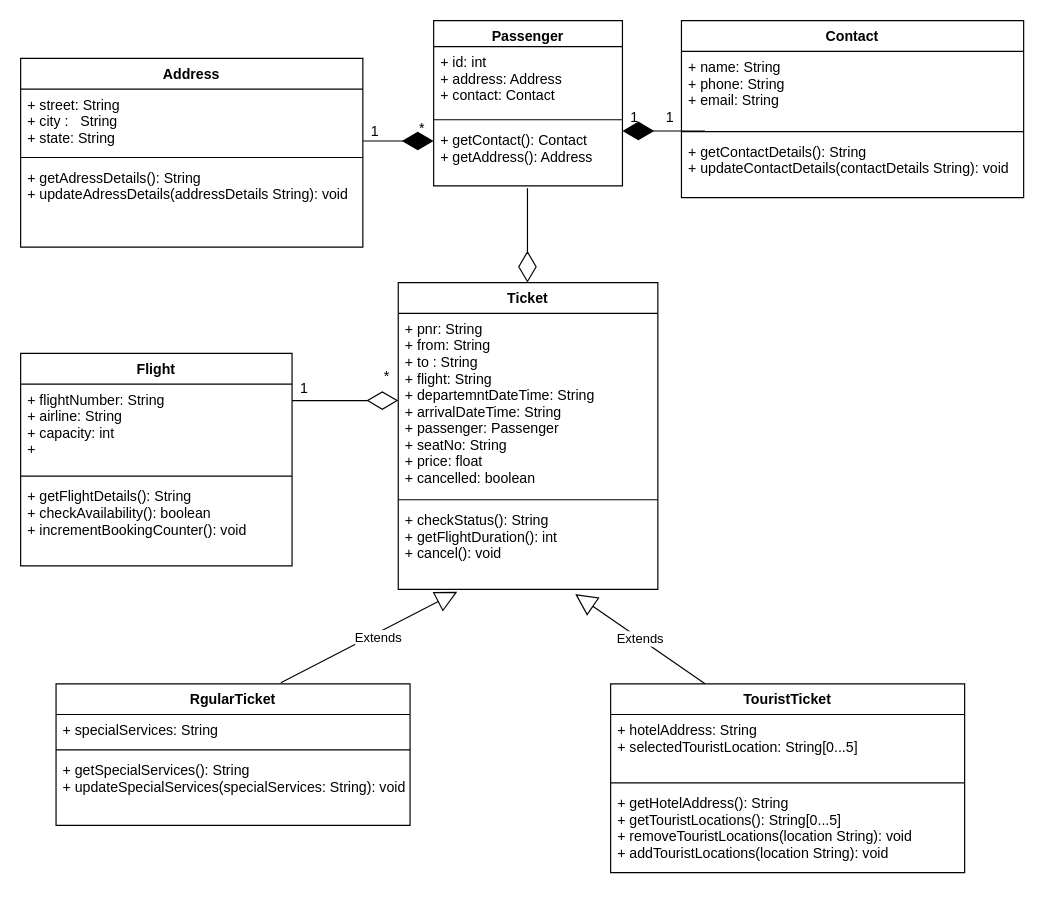
Earlier version of the draw.io diagram FlightReservation.drawio (ifra91/Flight_Reservation_System). Source tidied: cells renumbered, new cells numbered last; positions are measured from the earlier drawing's top-left corner, leaving out a move shared by most shapes. Both pictures are drawn from the tidied source at 118%, with x=0, y=0 at pixel (20, 20).
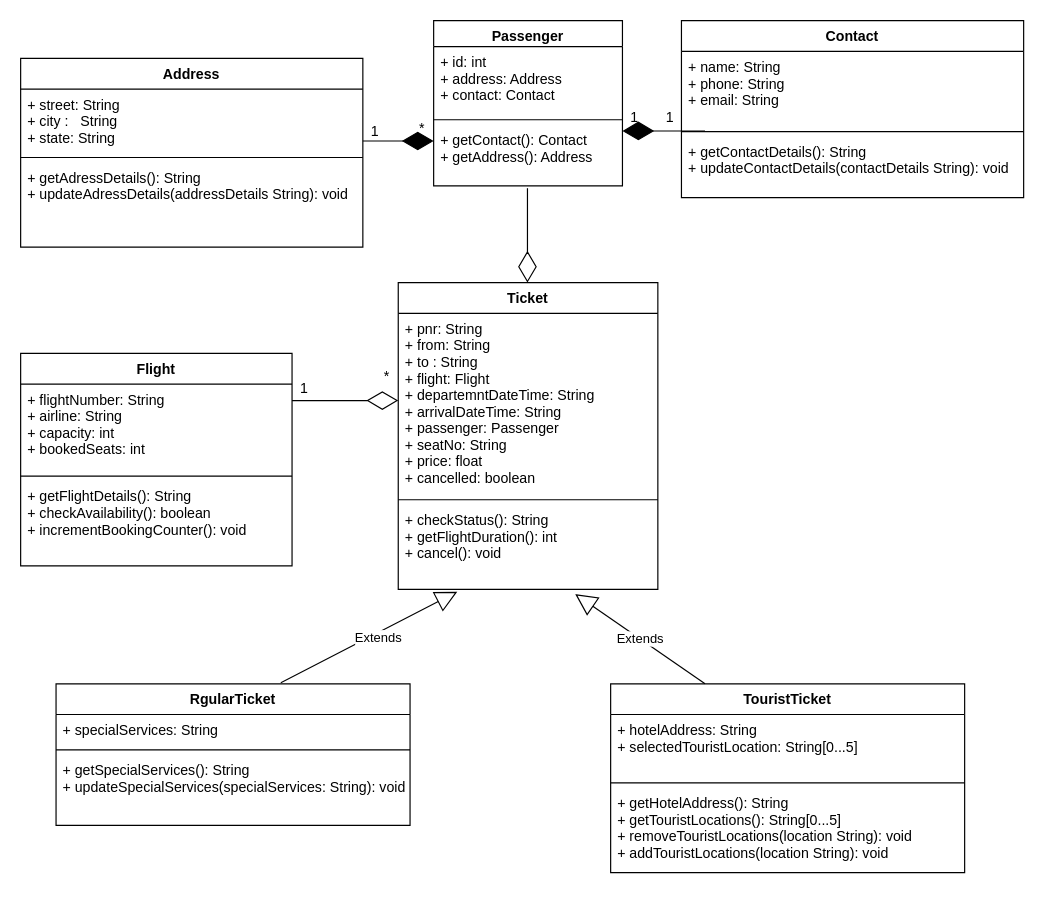
Above is the later version.

The change refers to these unchanged cells:
```xml
<mxCell id="21" value="Ticket" style="swimlane;fontStyle=1;align=center;verticalAlign=top;horizontal=1;startSize=26;" parent="1" vertex="1">
  <mxGeometry x="320" y="222" width="220" height="260" as="geometry" />
</mxCell>
<mxCell id="25" value="Flight" style="swimlane;fontStyle=1;align=center;verticalAlign=top;horizontal=1;startSize=26;" parent="1" vertex="1">
  <mxGeometry y="282" width="230" height="180" as="geometry" />
</mxCell>
```

What changed in the source:
```diff
@@
-    <mxCell id="22" value="+ pnr: String&#10;+ from: String&#10;+ to : String&#10;+ flight: String&#10;+ departemntDateTime: String&#10;+ arrivalDateTime: String&#10;+ passenger: Passenger&#10;+ seatNo: String&#10;+ price: float&#10;+ cancelled: boolean&#10;" style="text;strokeColor=none;fillColor=none;align=left;verticalAlign=top;spacingLeft=4;spacingRight=4;overflow=hidden;" parent="21" vertex="1">
+    <mxCell id="22" value="+ pnr: String&#10;+ from: String&#10;+ to : String&#10;+ flight: Flight&#10;+ departemntDateTime: String&#10;+ arrivalDateTime: String&#10;+ passenger: Passenger&#10;+ seatNo: String&#10;+ price: float&#10;+ cancelled: boolean&#10;" style="text;strokeColor=none;fillColor=none;align=left;verticalAlign=top;spacingLeft=4;spacingRight=4;overflow=hidden;" parent="21" vertex="1">
       <mxGeometry y="26" width="220" height="154" as="geometry" />
     </mxCell>
@@
-    <mxCell id="26" value="+ flightNumber: String&#10;+ airline: String&#10;+ capacity: int&#10;+" style="text;strokeColor=none;fillColor=none;align=left;verticalAlign=top;spacingLeft=4;spacingRight=4;overflow=hidden;" parent="25" vertex="1">
+    <mxCell id="26" value="+ flightNumber: String&#10;+ airline: String&#10;+ capacity: int&#10;+ bookedSeats: int " style="text;strokeColor=none;fillColor=none;align=left;verticalAlign=top;spacingLeft=4;spacingRight=4;overflow=hidden;" parent="25" vertex="1">
       <mxGeometry y="26" width="230" height="74" as="geometry" />
     </mxCell>
```
